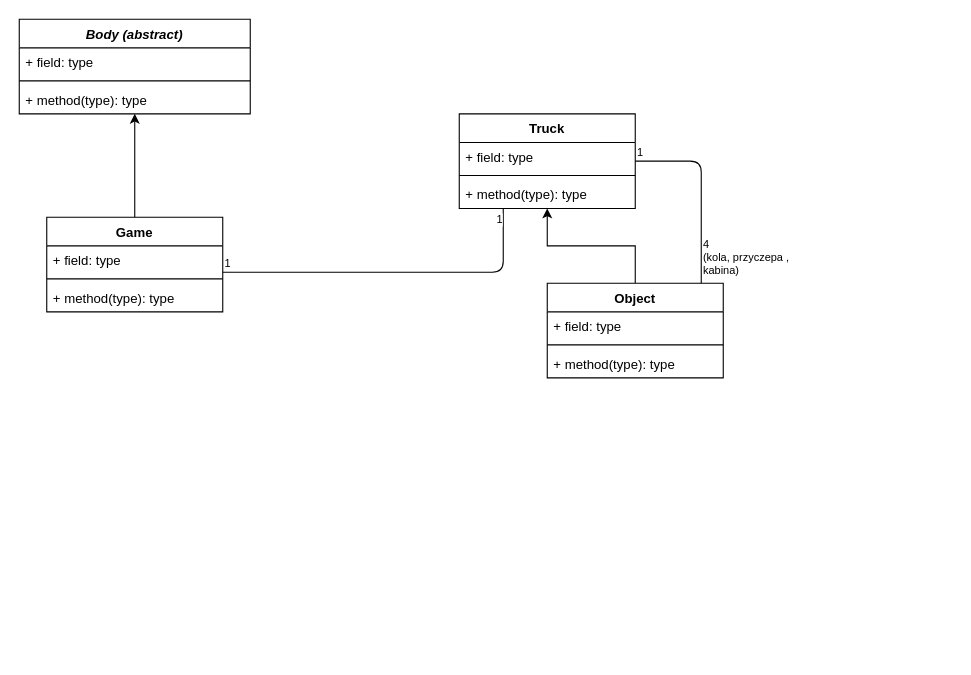
Earlier version of the draw.io diagram uposledzony_diagram.drawio (PiotrJTomaszewski/GK_ciuchcia). Source tidied: cells renumbered, new cells numbered last; positions are measured from the earlier drawing's top-left corner, leaving out a move shared by most shapes. Both pictures are drawn from the tidied source at 110%, with x=0, y=0 at pixel (19, 19).
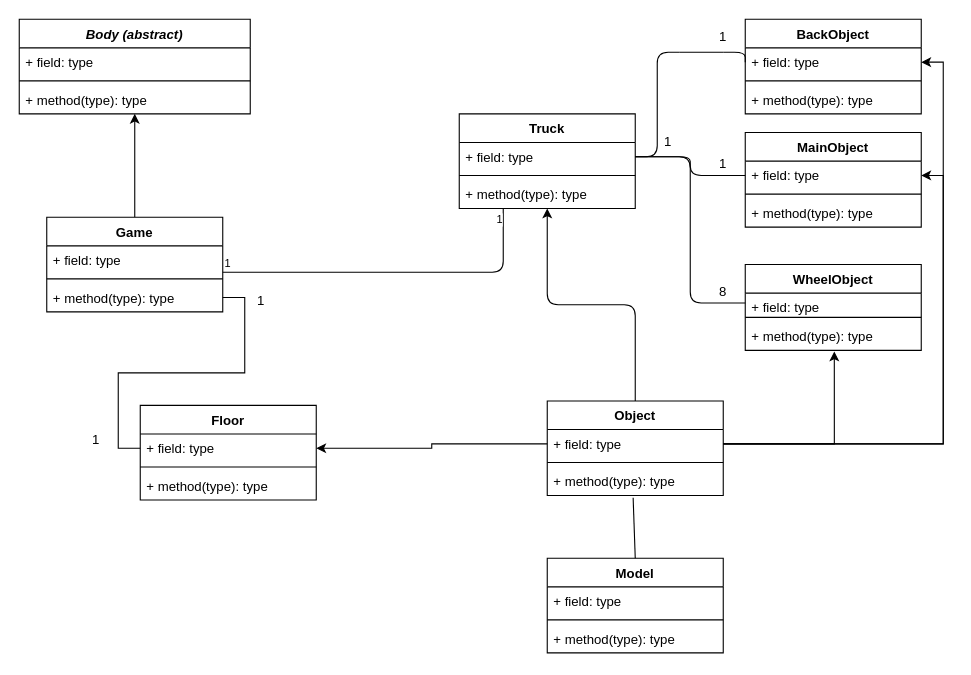
Above is the later version.

Commit message:
Aktualizacja diagramu

The change refers to these unchanged cells:
```xml
<mxCell id="10" value="+ method(type): type" style="text;strokeColor=none;fillColor=none;align=left;verticalAlign=top;spacingLeft=4;spacingRight=4;overflow=hidden;points=[[0,0.5],[1,0.5]];portConstraint=eastwest;" parent="7" vertex="1">
  <mxGeometry y="60" width="160" height="26" as="geometry" />
</mxCell>
<mxCell id="11" value="Truck" style="swimlane;fontStyle=1;align=center;verticalAlign=top;horizontal=1;startSize=26;" parent="1" vertex="1">
  <mxGeometry x="400" y="86" width="160" height="86" as="geometry" />
</mxCell>
<mxCell id="12" value="+ field: type" style="text;strokeColor=none;fillColor=none;align=left;verticalAlign=top;spacingLeft=4;spacingRight=4;overflow=hidden;points=[[0,0.5],[1,0.5]];portConstraint=eastwest;" parent="11" vertex="1">
  <mxGeometry y="26" width="160" height="26" as="geometry" />
</mxCell>
<mxCell id="17" value="+ field: type" style="text;strokeColor=none;fillColor=none;align=left;verticalAlign=top;spacingLeft=4;spacingRight=4;overflow=hidden;points=[[0,0.5],[1,0.5]];portConstraint=eastwest;" parent="16" vertex="1">
  <mxGeometry y="26" width="160" height="26" as="geometry" />
</mxCell>
<mxCell id="19" value="+ method(type): type" style="text;strokeColor=none;fillColor=none;align=left;verticalAlign=top;spacingLeft=4;spacingRight=4;overflow=hidden;points=[[0,0.5],[1,0.5]];portConstraint=eastwest;" parent="16" vertex="1">
  <mxGeometry y="60" width="160" height="26" as="geometry" />
</mxCell>
```

Change to the diagram source:
```diff
@@
-    <mxCell id="15" style="edgeStyle=orthogonalEdgeStyle;rounded=0;jettySize=auto;html=1;exitX=0.5;exitY=0;exitDx=0;exitDy=0;" parent="1" edge="1" source="16" target="11">
+    <mxCell id="15" style="edgeStyle=orthogonalEdgeStyle;rounded=1;jettySize=auto;html=1;exitX=0.5;exitY=0;exitDx=0;exitDy=0;" parent="1" edge="1" source="16" target="11">
       <mxGeometry relative="1" as="geometry" />
     </mxCell>
     <mxCell id="16" value="Object" style="swimlane;fontStyle=1;align=center;verticalAlign=top;horizontal=1;startSize=26;" parent="1" vertex="1">
-      <mxGeometry x="480" y="240" width="160" height="86" as="geometry" />
+      <mxGeometry x="480" y="347" width="160" height="86" as="geometry" />
     </mxCell>
@@
-    <mxCell id="23" style="endArrow=none;html=1;edgeStyle=orthogonalEdgeStyle;" parent="1" edge="1" source="11" target="16">
-      <mxGeometry relative="1" as="geometry">
-        <Array as="points">
-          <mxPoint x="620" y="129" />
-        </Array>
-      </mxGeometry>
-    </mxCell>
-    <mxCell id="24" value="1" style="html=1;align=left;verticalAlign=bottom;labelBackgroundColor=#ffffff;fontSize=10;" parent="23" vertex="1">
-      <mxGeometry x="-1" relative="1" as="geometry" />
-    </mxCell>
-    <mxCell id="25" value="4&lt;br&gt;(kola, przyczepa ,&lt;br&gt;kabina)&lt;br&gt;" style="html=1;align=left;verticalAlign=bottom;labelBackgroundColor=#ffffff;fontSize=10;" parent="23" vertex="1">
-      <mxGeometry x="1" relative="1" as="geometry">
-        <mxPoint y="-4" as="offset" />
-      </mxGeometry>
-    </mxCell>
+    <mxCell id="26" value="Model&#10;" style="swimlane;fontStyle=1;align=center;verticalAlign=top;horizontal=1;startSize=26;" parent="1" vertex="1">
+      <mxGeometry x="480" y="490" width="160" height="86" as="geometry" />
+    </mxCell>
+    <mxCell id="27" value="+ field: type" style="text;strokeColor=none;fillColor=none;align=left;verticalAlign=top;spacingLeft=4;spacingRight=4;overflow=hidden;" parent="26" vertex="1">
+      <mxGeometry y="26" width="160" height="26" as="geometry" />
+    </mxCell>
+    <mxCell id="28" style="line;strokeWidth=1;fillColor=none;align=left;verticalAlign=middle;spacingTop=-1;spacingLeft=3;spacingRight=3;labelPosition=right;" parent="26" vertex="1">
+      <mxGeometry y="52" width="160" height="8" as="geometry" />
+    </mxCell>
+    <mxCell id="29" value="+ method(type): type" style="text;strokeColor=none;fillColor=none;align=left;verticalAlign=top;spacingLeft=4;spacingRight=4;overflow=hidden;" parent="26" vertex="1">
+      <mxGeometry y="60" width="160" height="26" as="geometry" />
+    </mxCell>
+    <mxCell id="30" style="endArrow=none;html=1;exitX=0.5;exitY=0;exitDx=0;exitDy=0;entryX=0.488;entryY=1.077;entryDx=0;entryDy=0;entryPerimeter=0;endFill=0;" parent="1" edge="1" source="26" target="19">
+      <mxGeometry relative="1" as="geometry" />
+    </mxCell>
+    <mxCell id="31" value="MainObject&#10;" style="swimlane;fontStyle=1;align=center;verticalAlign=top;horizontal=1;startSize=26;" parent="1" vertex="1">
+      <mxGeometry x="660" y="103" width="160" height="86" as="geometry" />
+    </mxCell>
+    <mxCell id="32" value="+ field: type" style="text;strokeColor=none;fillColor=none;align=left;verticalAlign=top;spacingLeft=4;spacingRight=4;overflow=hidden;points=[[0,0.5],[1,0.5]];portConstraint=eastwest;" parent="31" vertex="1">
+      <mxGeometry y="26" width="160" height="26" as="geometry" />
+    </mxCell>
+    <mxCell id="33" style="line;strokeWidth=1;fillColor=none;align=left;verticalAlign=middle;spacingTop=-1;spacingLeft=3;spacingRight=3;labelPosition=right;" parent="31" vertex="1">
+      <mxGeometry y="52" width="160" height="8" as="geometry" />
+    </mxCell>
+    <mxCell id="34" value="+ method(type): type" style="text;strokeColor=none;fillColor=none;align=left;verticalAlign=top;spacingLeft=4;spacingRight=4;overflow=hidden;" parent="31" vertex="1">
+      <mxGeometry y="60" width="160" height="26" as="geometry" />
+    </mxCell>
+    <mxCell id="35" value="WheelObject&#10;" style="swimlane;fontStyle=1;align=center;verticalAlign=top;horizontal=1;startSize=26;" parent="1" vertex="1">
+      <mxGeometry x="660" y="223" width="160" height="78" as="geometry" />
+    </mxCell>
+    <mxCell id="36" value="+ field: type" style="text;strokeColor=none;fillColor=none;align=left;verticalAlign=top;spacingLeft=4;spacingRight=4;overflow=hidden;points=[[0,0.5],[1,0.5]];portConstraint=eastwest;" parent="35" vertex="1">
+      <mxGeometry y="26" width="160" height="18" as="geometry" />
+    </mxCell>
+    <mxCell id="37" style="line;strokeWidth=1;fillColor=none;align=left;verticalAlign=middle;spacingTop=-1;spacingLeft=3;spacingRight=3;labelPosition=right;" parent="35" vertex="1">
+      <mxGeometry y="44" width="160" height="8" as="geometry" />
+    </mxCell>
+    <mxCell id="38" value="+ method(type): type" style="text;strokeColor=none;fillColor=none;align=left;verticalAlign=top;spacingLeft=4;spacingRight=4;overflow=hidden;points=[[0,0.5],[1,0.5]];portConstraint=eastwest;" parent="35" vertex="1">
+      <mxGeometry y="52" width="160" height="26" as="geometry" />
+    </mxCell>
+    <mxCell id="39" style="edgeStyle=orthogonalEdgeStyle;rounded=1;jettySize=auto;html=1;exitX=0;exitY=0.5;exitDx=0;exitDy=0;entryX=1;entryY=0.5;entryDx=0;entryDy=0;endArrow=none;endFill=0;" parent="1" edge="1" source="32" target="12">
+      <mxGeometry relative="1" as="geometry" />
+    </mxCell>
+    <mxCell id="40" style="edgeStyle=orthogonalEdgeStyle;rounded=1;jettySize=auto;html=1;exitX=0;exitY=0.5;exitDx=0;exitDy=0;entryX=1;entryY=0.5;entryDx=0;entryDy=0;endArrow=none;endFill=0;" parent="1" edge="1" source="36" target="12">
+      <mxGeometry relative="1" as="geometry" />
+    </mxCell>
+    <mxCell id="41" style="edgeStyle=orthogonalEdgeStyle;rounded=0;jettySize=auto;html=1;exitX=1;exitY=0.5;exitDx=0;exitDy=0;entryX=0.506;entryY=1.038;entryDx=0;entryDy=0;entryPerimeter=0;endArrow=classic;endFill=1;" parent="1" edge="1" source="17" target="38">
+      <mxGeometry relative="1" as="geometry" />
+    </mxCell>
+    <mxCell id="42" style="edgeStyle=orthogonalEdgeStyle;rounded=0;jettySize=auto;html=1;entryX=1;entryY=0.5;entryDx=0;entryDy=0;endArrow=classic;endFill=1;" parent="1" edge="1" source="17" target="32">
+      <mxGeometry relative="1" as="geometry" />
+    </mxCell>
+    <mxCell id="43" value="8" style="text;html=1;strokeColor=none;fillColor=none;align=center;verticalAlign=middle;whiteSpace=wrap;rounded=0;" parent="1" vertex="1">
+      <mxGeometry x="620" y="238" width="40" height="20" as="geometry" />
+    </mxCell>
+    <mxCell id="44" value="1" style="text;html=1;strokeColor=none;fillColor=none;align=center;verticalAlign=middle;whiteSpace=wrap;rounded=0;" parent="1" vertex="1">
+      <mxGeometry x="570" y="102" width="40" height="20" as="geometry" />
+    </mxCell>
+    <mxCell id="45" value="1" style="text;html=1;strokeColor=none;fillColor=none;align=center;verticalAlign=middle;whiteSpace=wrap;rounded=0;" parent="1" vertex="1">
+      <mxGeometry x="620" y="122" width="40" height="20" as="geometry" />
+    </mxCell>
+    <mxCell id="46" value="BackObject&#10;" style="swimlane;fontStyle=1;align=center;verticalAlign=top;horizontal=1;startSize=26;" parent="1" vertex="1">
+      <mxGeometry x="660" width="160" height="86" as="geometry" />
+    </mxCell>
+    <mxCell id="47" value="+ field: type" style="text;strokeColor=none;fillColor=none;align=left;verticalAlign=top;spacingLeft=4;spacingRight=4;overflow=hidden;points=[[0,0.5],[1,0.5]];portConstraint=eastwest;" parent="46" vertex="1">
+      <mxGeometry y="26" width="160" height="26" as="geometry" />
+    </mxCell>
+    <mxCell id="48" style="line;strokeWidth=1;fillColor=none;align=left;verticalAlign=middle;spacingTop=-1;spacingLeft=3;spacingRight=3;labelPosition=right;" parent="46" vertex="1">
+      <mxGeometry y="52" width="160" height="8" as="geometry" />
+    </mxCell>
+    <mxCell id="49" value="+ method(type): type" style="text;strokeColor=none;fillColor=none;align=left;verticalAlign=top;spacingLeft=4;spacingRight=4;overflow=hidden;" parent="46" vertex="1">
+      <mxGeometry y="60" width="160" height="26" as="geometry" />
+    </mxCell>
+    <mxCell id="50" style="edgeStyle=orthogonalEdgeStyle;rounded=1;jettySize=auto;html=1;entryX=1;entryY=0.5;entryDx=0;entryDy=0;endArrow=none;endFill=0;" parent="1" edge="1" source="52" target="12">
+      <mxGeometry relative="1" as="geometry">
+        <Array as="points">
+          <mxPoint x="580" y="125" />
+        </Array>
+      </mxGeometry>
+    </mxCell>
+    <mxCell id="51" style="edgeStyle=orthogonalEdgeStyle;rounded=1;jettySize=auto;html=1;entryX=0;entryY=0.5;entryDx=0;entryDy=0;endArrow=none;endFill=0;" parent="1" edge="1" source="52" target="47">
+      <mxGeometry relative="1" as="geometry" />
+    </mxCell>
+    <mxCell id="52" style="line;strokeWidth=1;fillColor=none;align=left;verticalAlign=middle;spacingTop=-1;spacingLeft=3;spacingRight=3;labelPosition=right;points=[];portConstraint=eastwest;" parent="1" vertex="1">
+      <mxGeometry x="600" y="26" width="40" height="8" as="geometry" />
+    </mxCell>
+    <mxCell id="53" value="1" style="text;html=1;strokeColor=none;fillColor=none;align=center;verticalAlign=middle;whiteSpace=wrap;rounded=0;" parent="1" vertex="1">
+      <mxGeometry x="620" y="6" width="40" height="20" as="geometry" />
+    </mxCell>
+    <mxCell id="54" style="edgeStyle=orthogonalEdgeStyle;rounded=0;jettySize=auto;html=1;entryX=1;entryY=0.5;entryDx=0;entryDy=0;endArrow=classic;endFill=1;" parent="1" edge="1" source="17" target="47">
+      <mxGeometry relative="1" as="geometry" />
+    </mxCell>
+    <mxCell id="55" value="Floor&#10;" style="swimlane;fontStyle=1;align=center;verticalAlign=top;horizontal=1;startSize=26;" parent="1" vertex="1">
+      <mxGeometry x="110" y="351" width="160" height="86" as="geometry" />
+    </mxCell>
+    <mxCell id="56" value="+ field: type" style="text;strokeColor=none;fillColor=none;align=left;verticalAlign=top;spacingLeft=4;spacingRight=4;overflow=hidden;points=[[0,0.5],[1,0.5]];portConstraint=eastwest;" parent="55" vertex="1">
+      <mxGeometry y="26" width="160" height="26" as="geometry" />
+    </mxCell>
+    <mxCell id="57" style="line;strokeWidth=1;fillColor=none;align=left;verticalAlign=middle;spacingTop=-1;spacingLeft=3;spacingRight=3;labelPosition=right;" parent="55" vertex="1">
+      <mxGeometry y="52" width="160" height="8" as="geometry" />
+    </mxCell>
+    <mxCell id="58" value="+ method(type): type" style="text;strokeColor=none;fillColor=none;align=left;verticalAlign=top;spacingLeft=4;spacingRight=4;overflow=hidden;" parent="55" vertex="1">
+      <mxGeometry y="60" width="160" height="26" as="geometry" />
+    </mxCell>
+    <mxCell id="59" style="edgeStyle=orthogonalEdgeStyle;rounded=0;jettySize=auto;html=1;exitX=0;exitY=0.5;exitDx=0;exitDy=0;entryX=1;entryY=0.5;entryDx=0;entryDy=0;endArrow=classic;endFill=1;" parent="1" edge="1" source="17" target="56">
+      <mxGeometry relative="1" as="geometry" />
+    </mxCell>
+    <mxCell id="60" style="edgeStyle=orthogonalEdgeStyle;rounded=0;jettySize=auto;html=1;endArrow=none;endFill=0;" parent="1" edge="1" source="56" target="10">
+      <mxGeometry relative="1" as="geometry" />
+    </mxCell>
+    <mxCell id="61" value="1" style="text;html=1;strokeColor=none;fillColor=none;align=center;verticalAlign=middle;whiteSpace=wrap;rounded=0;" parent="1" vertex="1">
+      <mxGeometry x="200" y="246" width="40" height="20" as="geometry" />
+    </mxCell>
+    <mxCell id="62" value="1" style="text;html=1;strokeColor=none;fillColor=none;align=center;verticalAlign=middle;whiteSpace=wrap;rounded=0;" parent="1" vertex="1">
+      <mxGeometry x="50" y="373" width="40" height="20" as="geometry" />
+    </mxCell>
```
